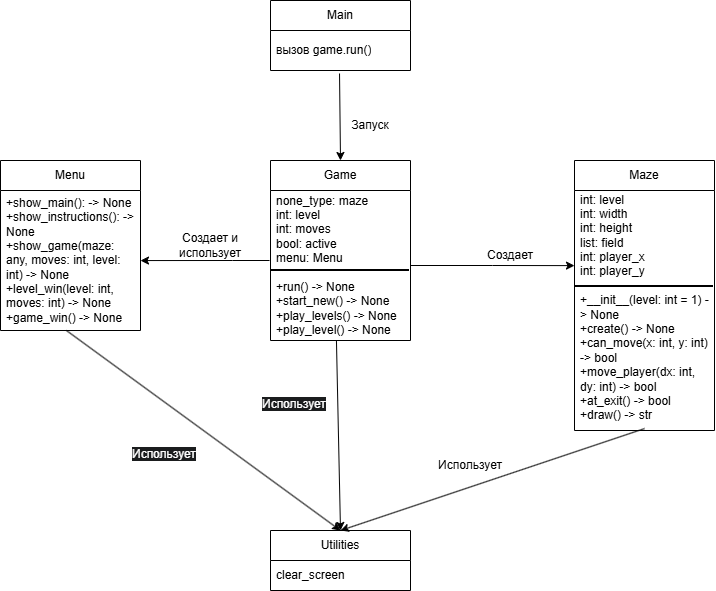
Earlier version of the draw.io export Проект .png (LebGes-classes/python-first-project-mukmibulat). Source tidied: cells renumbered, new cells last; positions are measured from the earlier drawing's top-left corner, leaving out a move shared by most shapes.
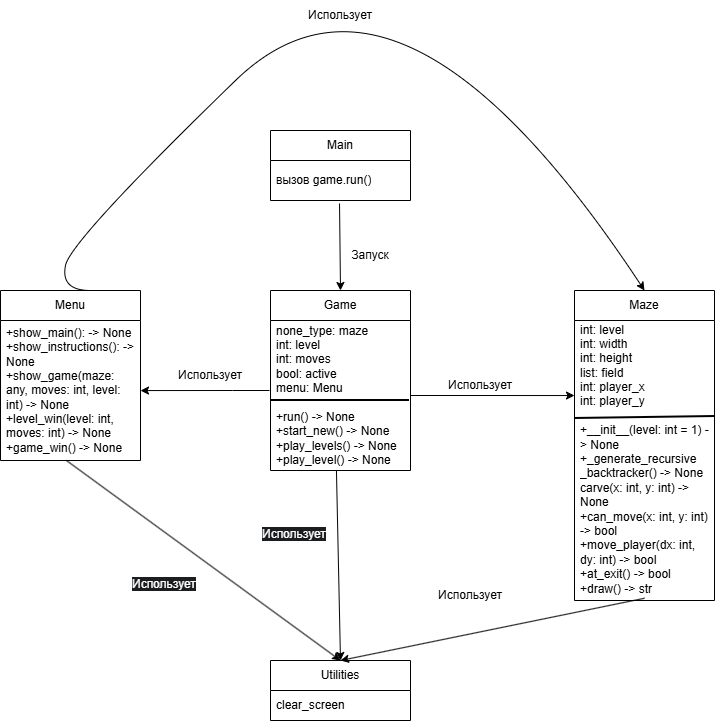
Above is the later version.

Change to the diagram source:
```diff
@@ -9,16 +9,17 @@
       <mxGeometry y="30" width="140" height="30" as="geometry" />
     </mxCell>
     <mxCell id="4" value="Maze" style="swimlane;fontStyle=0;horizontal=1;startSize=30;whiteSpace=wrap;html=1;" parent="1" vertex="1">
-      <mxGeometry x="574" y="160" width="140" height="270" as="geometry" />
+      <mxGeometry x="574" y="160" width="140" height="310" as="geometry" />
     </mxCell>
+    <mxCell id="6" style="endArrow=none;html=1;rounded=0;exitX=-0.014;exitY=0.35;exitDx=0;exitDy=0;exitPerimeter=0;strokeWidth=2;" parent="4" edge="1">
+      <mxGeometry relative="1" as="geometry">
+        <mxPoint y="128" as="sourcePoint" />
+        <mxPoint x="141" y="126" as="targetPoint" />
+      </mxGeometry>
+    </mxCell>
-    <mxCell id="5" value="int: level&lt;div&gt;int: width&lt;/div&gt;&lt;div&gt;int: height&lt;/div&gt;&lt;div&gt;list: field&lt;/div&gt;&lt;div&gt;int: player_x&lt;/div&gt;&lt;div&gt;int: player_y&lt;/div&gt;&lt;div&gt;&lt;br&gt;&lt;/div&gt;&lt;div&gt;+__init__(level: int = 1) -&amp;gt; None&lt;/div&gt;&lt;div&gt;+create() -&amp;gt; None&lt;/div&gt;&lt;div&gt;+can_move(x: int, y: int) -&amp;gt; bool&lt;/div&gt;&lt;div&gt;+move_player(dx: int, dy: int) -&amp;gt; bool&lt;/div&gt;&lt;div&gt;+at_exit() -&amp;gt; bool&lt;/div&gt;&lt;div&gt;+draw() -&amp;gt; str&lt;/div&gt;&lt;div&gt;&lt;br&gt;&lt;/div&gt;&lt;div&gt;&lt;br&gt;&lt;/div&gt;&lt;div&gt;&lt;br&gt;&lt;/div&gt;" style="text;strokeColor=none;fillColor=none;align=left;verticalAlign=middle;spacingLeft=4;spacingRight=4;overflow=hidden;points=[[0,0.5],[1,0.5]];portConstraint=eastwest;whiteSpace=wrap;html=1;" parent="4" vertex="1">
-      <mxGeometry y="30" width="140" height="240" as="geometry" />
+    <mxCell id="5" value="int: level&lt;div&gt;int: width&lt;/div&gt;&lt;div&gt;int: height&lt;/div&gt;&lt;div&gt;list: field&lt;/div&gt;&lt;div&gt;int: player_x&lt;/div&gt;&lt;div&gt;int: player_y&lt;/div&gt;&lt;div&gt;&lt;br&gt;&lt;/div&gt;&lt;div&gt;+__init__(level: int = 1) -&amp;gt; None&lt;/div&gt;&lt;div&gt;+_generate_recursive&lt;/div&gt;&lt;div&gt;_backtracker&lt;span style=&quot;background-color: transparent; color: light-dark(rgb(0, 0, 0), rgb(255, 255, 255));&quot;&gt;() -&amp;gt; None&lt;/span&gt;&lt;/div&gt;&lt;div&gt;carve(x: int, y: int) -&amp;gt; None&lt;/div&gt;&lt;div&gt;+can_move(x: int, y: int) -&amp;gt; bool&lt;/div&gt;&lt;div&gt;+move_player(dx: int, dy: int) -&amp;gt; bool&lt;/div&gt;&lt;div&gt;+at_exit() -&amp;gt; bool&lt;/div&gt;&lt;div&gt;+draw() -&amp;gt; str&lt;/div&gt;&lt;div&gt;&lt;br&gt;&lt;/div&gt;&lt;div&gt;&lt;br&gt;&lt;/div&gt;&lt;div&gt;&lt;br&gt;&lt;/div&gt;" style="text;strokeColor=none;fillColor=none;align=left;verticalAlign=middle;spacingLeft=4;spacingRight=4;overflow=hidden;points=[[0,0.5],[1,0.5]];portConstraint=eastwest;whiteSpace=wrap;html=1;" parent="4" vertex="1">
+      <mxGeometry y="30" width="140" height="280" as="geometry" />
     </mxCell>
-    <mxCell id="6" style="endArrow=none;html=1;rounded=0;exitX=0;exitY=0.4;exitDx=0;exitDy=0;exitPerimeter=0;strokeWidth=2;" parent="4" edge="1" source="5">
-      <mxGeometry relative="1" as="geometry">
-        <mxPoint x="139" y="126" as="targetPoint" />
-      </mxGeometry>
-    </mxCell>
     <mxCell id="7" value="Menu" style="swimlane;fontStyle=0;horizontal=1;startSize=30;whiteSpace=wrap;html=1;" parent="1" vertex="1">
       <mxGeometry y="160" width="140" height="170" as="geometry" />
     </mxCell>
@@ -43,12 +44,6 @@
     <mxCell id="13" value="вызов game.run()" style="text;strokeColor=none;fillColor=none;align=left;verticalAlign=middle;spacingLeft=4;spacingRight=4;overflow=hidden;points=[[0,0.5],[1,0.5]];portConstraint=eastwest;whiteSpace=wrap;html=1;" parent="12" vertex="1">
       <mxGeometry y="30" width="140" height="40" as="geometry" />
     </mxCell>
-    <mxCell id="14" style="edgeStyle=orthogonalEdgeStyle;rounded=0;jettySize=auto;html=1;exitX=1;exitY=0.5;exitDx=0;exitDy=0;entryX=0;entryY=0.313;entryDx=0;entryDy=0;entryPerimeter=0;" parent="1" edge="1" source="10" target="5">
-      <mxGeometry relative="1" as="geometry" />
-    </mxCell>
-    <mxCell id="15" value="Создает" style="text;html=1;whiteSpace=wrap;strokeColor=none;fillColor=none;align=center;verticalAlign=middle;rounded=0;" parent="1" vertex="1">
-      <mxGeometry x="480" y="240" width="60" height="30" as="geometry" />
-    </mxCell>
     <mxCell id="16" value="Запуск" style="text;html=1;whiteSpace=wrap;strokeColor=none;fillColor=none;align=center;verticalAlign=middle;rounded=0;" parent="1" vertex="1">
       <mxGeometry x="340" y="110" width="60" height="30" as="geometry" />
     </mxCell>
@@ -61,7 +56,7 @@
         </Array>
       </mxGeometry>
     </mxCell>
-    <mxCell id="18" value="Создает и использует" style="text;html=1;whiteSpace=wrap;strokeColor=none;fillColor=none;align=center;verticalAlign=middle;rounded=0;" parent="1" vertex="1">
+    <mxCell id="18" value="Использует" style="text;html=1;whiteSpace=wrap;strokeColor=none;fillColor=none;align=center;verticalAlign=middle;rounded=0;" parent="1" vertex="1">
       <mxGeometry x="180" y="230" width="60" height="30" as="geometry" />
     </mxCell>
     <mxCell id="19" style="endArrow=classic;html=1;rounded=0;entryX=0.5;entryY=0;entryDx=0;entryDy=0;exitX=0.493;exitY=1.075;exitDx=0;exitDy=0;exitPerimeter=0;" parent="1" edge="1" source="13" target="9">
@@ -89,5 +84,25 @@
     <mxCell id="25" value="&lt;span style=&quot;color: rgb(255, 255, 255); font-family: Helvetica; font-size: 12px; font-style: normal; font-variant-ligatures: normal; font-variant-caps: normal; font-weight: 400; letter-spacing: normal; orphans: 2; text-align: center; text-indent: 0px; text-transform: none; widows: 2; word-spacing: 0px; -webkit-text-stroke-width: 0px; white-space: normal; background-color: rgb(27, 29, 30); text-decoration-thickness: initial; text-decoration-style: initial; text-decoration-color: initial; display: inline !important; float: none;&quot;&gt;Использует&lt;/span&gt;" style="text;whiteSpace=wrap;html=1;" parent="1" vertex="1">
       <mxGeometry x="130" y="440" width="100" height="40" as="geometry" />
     </mxCell>
+    <mxCell id="14" style="edgeStyle=orthogonalEdgeStyle;rounded=0;jettySize=auto;html=1;exitX=1;exitY=0.5;exitDx=0;exitDy=0;entryX=0;entryY=0.268;entryDx=0;entryDy=0;entryPerimeter=0;" parent="1" edge="1" source="10" target="5">
+      <mxGeometry relative="1" as="geometry" />
+    </mxCell>
+    <mxCell id="26" value="Использует" style="text;html=1;whiteSpace=wrap;strokeColor=none;fillColor=none;align=center;verticalAlign=middle;rounded=0;" parent="1" vertex="1">
+      <mxGeometry x="450" y="240" width="60" height="30" as="geometry" />
+    </mxCell>
+    <mxCell id="27" style="curved=1;endArrow=classic;html=1;rounded=0;entryX=0.5;entryY=0;entryDx=0;entryDy=0;" parent="1" edge="1" target="4">
+      <mxGeometry relative="1" as="geometry">
+        <mxPoint x="70" y="160" as="sourcePoint" />
+        <Array as="points">
+          <mxPoint x="120" y="160" />
+          <mxPoint x="60" y="160" />
+          <mxPoint x="70" y="110" />
+          <mxPoint x="400" y="-210" />
+        </Array>
+      </mxGeometry>
+    </mxCell>
+    <mxCell id="28" value="Использует" style="text;html=1;whiteSpace=wrap;strokeColor=none;fillColor=none;align=center;verticalAlign=middle;rounded=0;" parent="1" vertex="1">
+      <mxGeometry x="310" y="-130" width="60" height="30" as="geometry" />
+    </mxCell>
   </root>
 </mxGraphModel>
```
